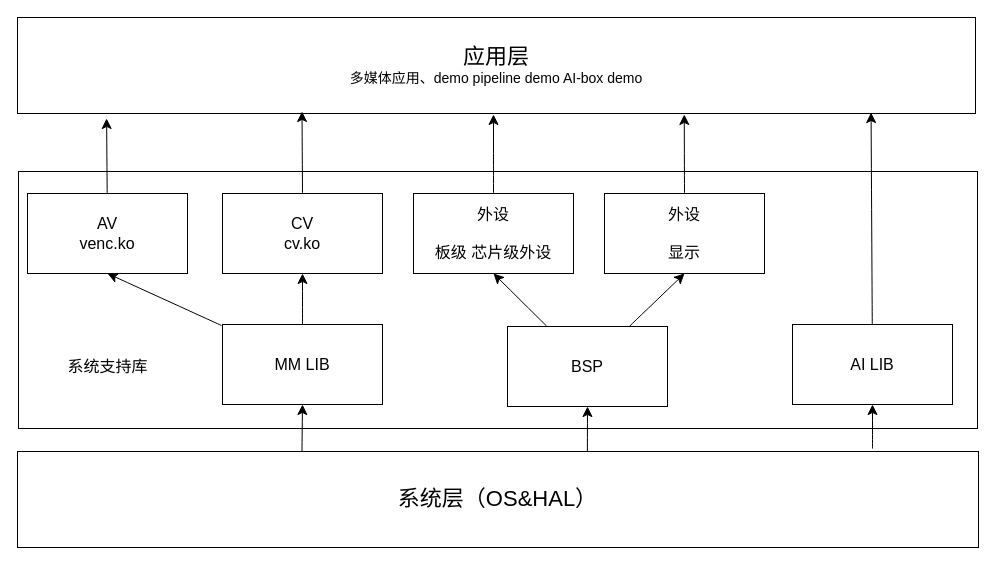
This is WS SDK.drawio from ghoker143/HAL_DriverLib, a draw.io file, before an edit. Source tidied: cells renumbered, new cells numbered last; positions are measured from the earlier drawing's top-left corner, leaving out a move shared by most shapes. Both pictures are drawn from the tidied source at 100%, with x=0, y=0 at pixel (17, 17).
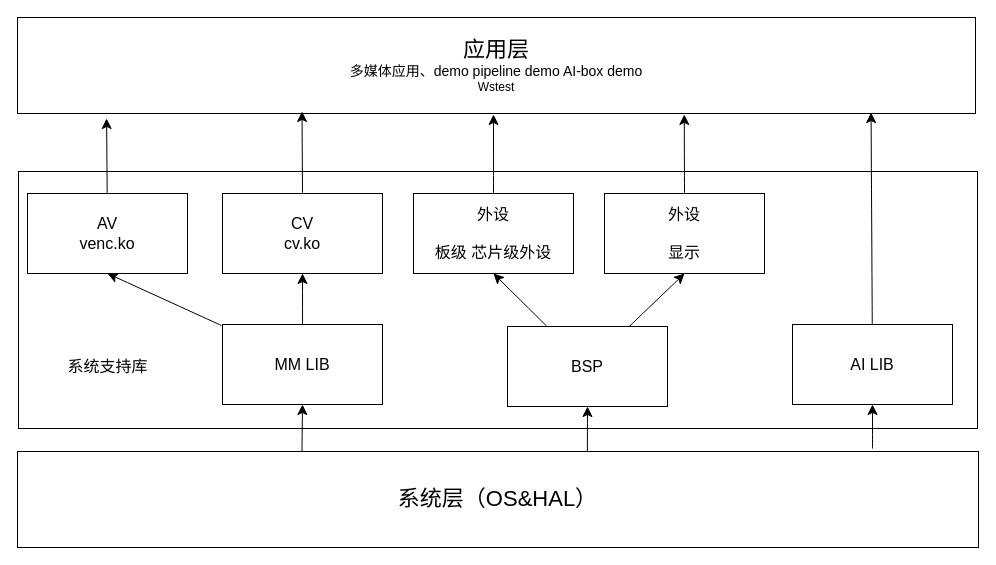
The same diagram, later.

Diff of the diagram source:
```diff
@@
-    <mxCell id="20" value="&lt;div&gt;&lt;font style=&quot;font-size: 22px;&quot;&gt;应用层&lt;/font&gt;&lt;/div&gt;&lt;div style=&quot;font-size: 14px;&quot;&gt;&lt;font style=&quot;font-size: 14px;&quot;&gt;多媒体应用、demo pipeline demo AI-box demo &lt;br&gt;&lt;/font&gt;&lt;/div&gt;" style="rounded=0;whiteSpace=wrap;html=1;" parent="1" vertex="1">
+    <mxCell id="20" value="&lt;div&gt;&lt;font style=&quot;font-size: 22px;&quot;&gt;应用层&lt;/font&gt;&lt;/div&gt;&lt;div style=&quot;font-size: 14px;&quot;&gt;&lt;font style=&quot;font-size: 14px;&quot;&gt;多媒体应用、demo pipeline demo AI-box demo &lt;br&gt;&lt;/font&gt;&lt;/div&gt;Wstest" style="rounded=0;whiteSpace=wrap;html=1;" parent="1" vertex="1">
       <mxGeometry width="958" height="96" as="geometry" />
     </mxCell>
```
